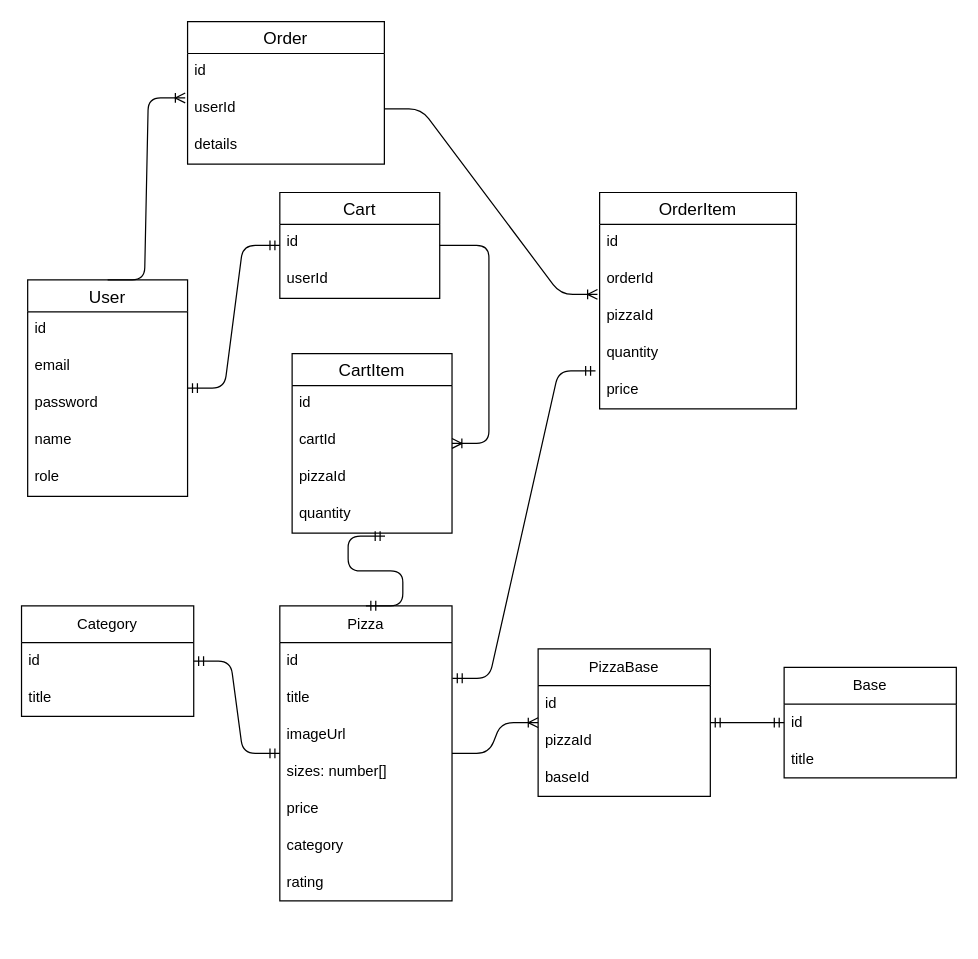
Before: database.drawio in Nik68rus/pizza, a draw.io diagram. Source tidied: cells renumbered, new cells numbered last; positions are measured from the earlier drawing's top-left corner, leaving out a move shared by most shapes. Both pictures are drawn from the tidied source at 123%, with x=0, y=0 at pixel (21, 21).
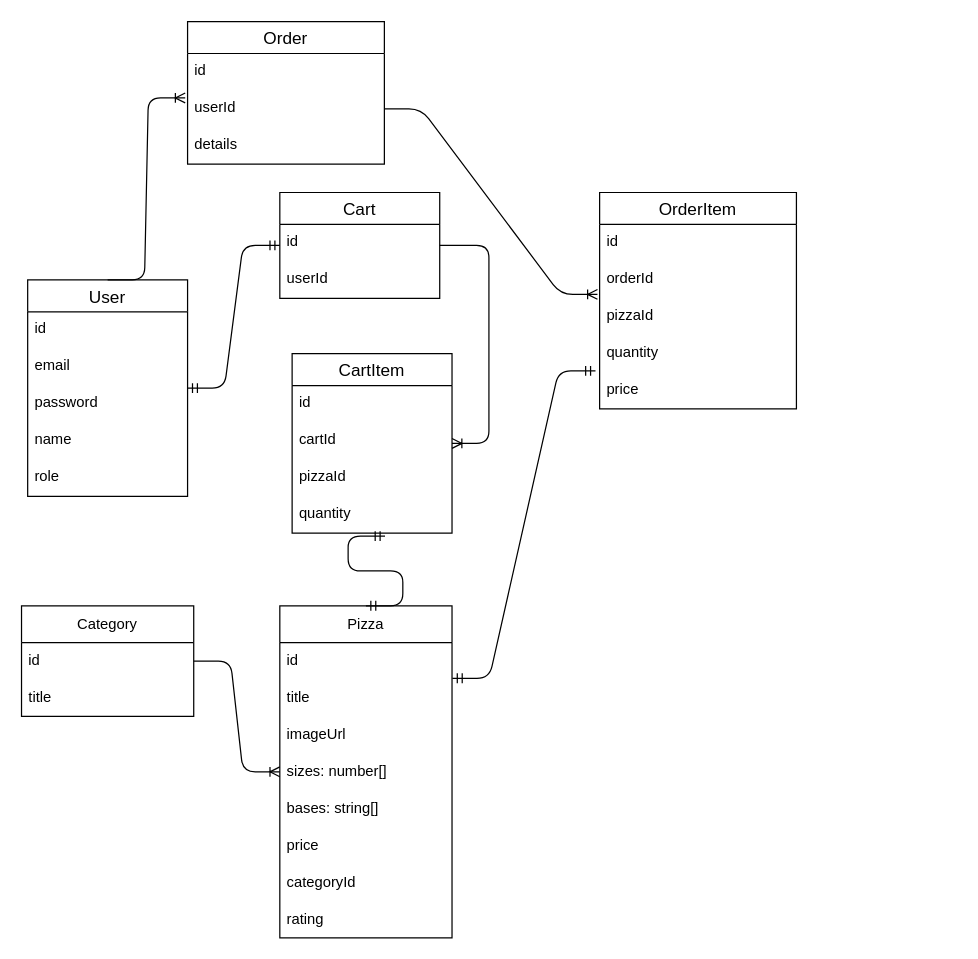
The same diagram, later.

Unchanged cells that the change refers to:
```xml
<mxCell id="2" value="Category" style="swimlane;fontStyle=0;horizontal=1;startSize=30;whiteSpace=wrap;html=1;rounded=0;" parent="1" vertex="1">
  <mxGeometry y="475" width="140" height="90" as="geometry" />
</mxCell>
```

Diff of the diagram source:
```diff
@@
-    <mxCell id="5" value="Base" style="swimlane;fontStyle=0;horizontal=1;startSize=30;whiteSpace=wrap;html=1;" parent="1" vertex="1">
-      <mxGeometry x="620" y="525" width="140" height="90" as="geometry" />
-    </mxCell>
-    <mxCell id="6" value="id" style="text;strokeColor=none;fillColor=none;align=left;verticalAlign=middle;spacingLeft=4;spacingRight=4;overflow=hidden;whiteSpace=wrap;html=1;" parent="5" vertex="1">
-      <mxGeometry y="30" width="140" height="30" as="geometry" />
-    </mxCell>
-    <mxCell id="7" value="title" style="text;strokeColor=none;fillColor=none;align=left;verticalAlign=middle;spacingLeft=4;spacingRight=4;overflow=hidden;whiteSpace=wrap;html=1;" parent="5" vertex="1">
-      <mxGeometry y="60" width="140" height="30" as="geometry" />
-    </mxCell>
     <mxCell id="8" value="Pizza" style="swimlane;fontStyle=0;horizontal=1;startSize=30;whiteSpace=wrap;html=1;" parent="1" vertex="1">
-      <mxGeometry x="210" y="475" width="140" height="240" as="geometry" />
+      <mxGeometry x="210" y="475" width="140" height="270" as="geometry" />
     </mxCell>
@@
+    <mxCell id="53" value="bases: string[]" style="text;strokeColor=none;fillColor=none;align=left;verticalAlign=middle;spacingLeft=4;spacingRight=4;overflow=hidden;whiteSpace=wrap;html=1;" parent="8" vertex="1">
+      <mxGeometry y="150" width="140" height="30" as="geometry" />
+    </mxCell>
     <mxCell id="13" value="price" style="text;strokeColor=none;fillColor=none;align=left;verticalAlign=middle;spacingLeft=4;spacingRight=4;overflow=hidden;whiteSpace=wrap;html=1;" parent="8" vertex="1">
-      <mxGeometry y="150" width="140" height="30" as="geometry" />
+      <mxGeometry y="180" width="140" height="30" as="geometry" />
     </mxCell>
-    <mxCell id="14" value="category" style="text;strokeColor=none;fillColor=none;align=left;verticalAlign=middle;spacingLeft=4;spacingRight=4;overflow=hidden;whiteSpace=wrap;html=1;" parent="8" vertex="1">
-      <mxGeometry y="180" width="140" height="30" as="geometry" />
+    <mxCell id="14" value="categoryId" style="text;strokeColor=none;fillColor=none;align=left;verticalAlign=middle;spacingLeft=4;spacingRight=4;overflow=hidden;whiteSpace=wrap;html=1;" parent="8" vertex="1">
+      <mxGeometry y="210" width="140" height="30" as="geometry" />
     </mxCell>
     <mxCell id="15" value="rating" style="text;strokeColor=none;fillColor=none;align=left;verticalAlign=middle;spacingLeft=4;spacingRight=4;overflow=hidden;whiteSpace=wrap;html=1;" parent="8" vertex="1">
-      <mxGeometry y="210" width="140" height="30" as="geometry" />
+      <mxGeometry y="240" width="140" height="30" as="geometry" />
     </mxCell>
-    <mxCell id="16" value="PizzaBase" style="swimlane;fontStyle=0;horizontal=1;startSize=30;whiteSpace=wrap;html=1;" parent="1" vertex="1">
-      <mxGeometry x="420" y="510" width="140" height="120" as="geometry" />
-    </mxCell>
-    <mxCell id="17" value="id" style="text;strokeColor=none;fillColor=none;align=left;verticalAlign=middle;spacingLeft=4;spacingRight=4;overflow=hidden;whiteSpace=wrap;html=1;" parent="16" vertex="1">
-      <mxGeometry y="30" width="140" height="30" as="geometry" />
-    </mxCell>
-    <mxCell id="18" value="pizzaId" style="text;strokeColor=none;fillColor=none;align=left;verticalAlign=middle;spacingLeft=4;spacingRight=4;overflow=hidden;whiteSpace=wrap;html=1;" parent="16" vertex="1">
-      <mxGeometry y="60" width="140" height="30" as="geometry" />
-    </mxCell>
-    <mxCell id="19" value="baseId" style="text;strokeColor=none;fillColor=none;align=left;verticalAlign=middle;spacingLeft=4;spacingRight=4;overflow=hidden;whiteSpace=wrap;html=1;" parent="16" vertex="1">
-      <mxGeometry y="90" width="140" height="30" as="geometry" />
-    </mxCell>
-    <mxCell id="20" style="edgeStyle=entityRelationEdgeStyle;fontSize=12;html=1;endArrow=ERmandOne;startArrow=ERmandOne;rounded=1;" parent="1" edge="1" source="8" target="2">
-      <mxGeometry relative="1" as="geometry" />
-    </mxCell>
-    <mxCell id="21" style="edgeStyle=entityRelationEdgeStyle;fontSize=12;html=1;endArrow=ERoneToMany;rounded=1;" parent="1" edge="1" source="8" target="16">
-      <mxGeometry relative="1" as="geometry" />
-    </mxCell>
-    <mxCell id="22" style="edgeStyle=entityRelationEdgeStyle;fontSize=12;html=1;endArrow=ERmandOne;startArrow=ERmandOne;rounded=1;" parent="1" edge="1" source="16" target="5">
-      <mxGeometry relative="1" as="geometry" />
-    </mxCell>
@@
+    <mxCell id="54" style="edgeStyle=entityRelationEdgeStyle;fontSize=12;html=1;endArrow=ERoneToMany;rounded=1;" parent="1" edge="1" source="2" target="8">
+      <mxGeometry relative="1" as="geometry" />
+    </mxCell>
```
